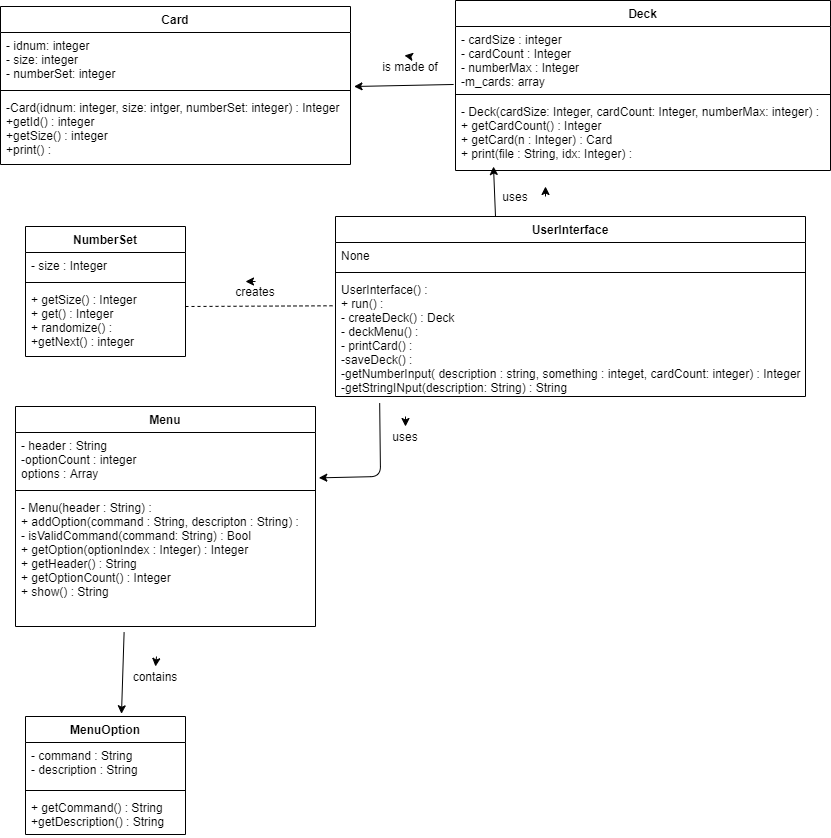
MarcarianS/cs1440-marcarian-shelby-assn3 keeps this draw.io diagram as doc/UML_Class_Diagram.png. Above is the earlier version. Source tidied: cells renumbered, new cells last; positions are measured from the earlier drawing's top-left corner, leaving out a move shared by most shapes. The source it was exported from:
```xml
<mxGraphModel>
  <root>
    <mxCell id="0" />
    <mxCell id="1" parent="0" />
    <mxCell id="2" value="Card" style="swimlane;fontStyle=1;align=center;verticalAlign=top;horizontal=1;startSize=26;" parent="1" vertex="1">
      <mxGeometry y="6" width="350" height="158" as="geometry" />
    </mxCell>
    <mxCell id="3" value="- idnum: integer&#10;- size: integer&#10;- numberSet: integer" style="text;strokeColor=none;fillColor=none;align=left;verticalAlign=top;spacingLeft=4;spacingRight=4;overflow=hidden;points=[[0,0.5],[1,0.5]];portConstraint=eastwest;" parent="2" vertex="1">
      <mxGeometry y="26" width="350" height="54" as="geometry" />
    </mxCell>
    <mxCell id="4" style="line;strokeWidth=1;fillColor=none;align=left;verticalAlign=middle;spacingTop=-1;spacingLeft=3;spacingRight=3;labelPosition=right;" parent="2" vertex="1">
      <mxGeometry y="80" width="350" height="8" as="geometry" />
    </mxCell>
    <mxCell id="5" value="-Card(idnum: integer, size: intger, numberSet: integer) : Integer&#10;+getId() : integer&#10;+getSize() : integer&#10;+print() : " style="text;strokeColor=none;fillColor=none;align=left;verticalAlign=top;spacingLeft=4;spacingRight=4;overflow=hidden;points=[[0,0.5],[1,0.5]];portConstraint=eastwest;" parent="2" vertex="1">
      <mxGeometry y="88" width="350" height="70" as="geometry" />
    </mxCell>
    <mxCell id="6" value="NumberSet" style="swimlane;fontStyle=1;align=center;verticalAlign=top;horizontal=1;startSize=26;" parent="1" vertex="1">
      <mxGeometry x="25" y="226" width="160" height="130" as="geometry" />
    </mxCell>
    <mxCell id="7" value="- size : Integer" style="text;strokeColor=none;fillColor=none;align=left;verticalAlign=top;spacingLeft=4;spacingRight=4;overflow=hidden;" parent="6" vertex="1">
      <mxGeometry y="26" width="160" height="26" as="geometry" />
    </mxCell>
    <mxCell id="8" style="line;strokeWidth=1;fillColor=none;align=left;verticalAlign=middle;spacingTop=-1;spacingLeft=3;spacingRight=3;labelPosition=right;" parent="6" vertex="1">
      <mxGeometry y="52" width="160" height="8" as="geometry" />
    </mxCell>
    <mxCell id="9" value="+ getSize() : Integer&#10;+ get() : Integer&#10;+ randomize() : &#10;+getNext() : integer" style="text;strokeColor=none;fillColor=none;align=left;verticalAlign=top;spacingLeft=4;spacingRight=4;overflow=hidden;" parent="6" vertex="1">
      <mxGeometry y="60" width="160" height="70" as="geometry" />
    </mxCell>
    <mxCell id="10" value="MenuOption" style="swimlane;fontStyle=1;align=center;verticalAlign=top;horizontal=1;startSize=26;" parent="1" vertex="1">
      <mxGeometry x="25" y="716" width="160" height="118" as="geometry" />
    </mxCell>
    <mxCell id="11" value="- command : String&#10;- description : String" style="text;strokeColor=none;fillColor=none;align=left;verticalAlign=top;spacingLeft=4;spacingRight=4;overflow=hidden;" parent="10" vertex="1">
      <mxGeometry y="26" width="160" height="44" as="geometry" />
    </mxCell>
    <mxCell id="12" style="line;strokeWidth=1;fillColor=none;align=left;verticalAlign=middle;spacingTop=-1;spacingLeft=3;spacingRight=3;labelPosition=right;" parent="10" vertex="1">
      <mxGeometry y="70" width="160" height="8" as="geometry" />
    </mxCell>
    <mxCell id="13" value="+ getCommand() : String&#10;+getDescription() : String" style="text;strokeColor=none;fillColor=none;align=left;verticalAlign=top;spacingLeft=4;spacingRight=4;overflow=hidden;" parent="10" vertex="1">
      <mxGeometry y="78" width="160" height="40" as="geometry" />
    </mxCell>
    <mxCell id="14" value="Menu" style="swimlane;fontStyle=1;align=center;verticalAlign=top;horizontal=1;startSize=26;" parent="1" vertex="1">
      <mxGeometry x="15" y="406" width="300" height="220" as="geometry" />
    </mxCell>
    <mxCell id="15" value="- header : String&#10;-optionCount : integer&#10;options : Array" style="text;strokeColor=none;fillColor=none;align=left;verticalAlign=top;spacingLeft=4;spacingRight=4;overflow=hidden;points=[[0,0.5],[1,0.5]];portConstraint=eastwest;" parent="14" vertex="1">
      <mxGeometry y="26" width="300" height="54" as="geometry" />
    </mxCell>
    <mxCell id="16" style="line;strokeWidth=1;fillColor=none;align=left;verticalAlign=middle;spacingTop=-1;spacingLeft=3;spacingRight=3;labelPosition=right;" parent="14" vertex="1">
      <mxGeometry y="80" width="300" height="8" as="geometry" />
    </mxCell>
    <mxCell id="17" value="- Menu(header : String) : &#10;+ addOption(command : String, descripton : String) : &#10;- isValidCommand(command: String) : Bool&#10;+ getOption(optionIndex : Integer) : Integer&#10;+ getHeader() : String&#10;+ getOptionCount() : Integer&#10;+ show() : String" style="text;strokeColor=none;fillColor=none;align=left;verticalAlign=top;spacingLeft=4;spacingRight=4;overflow=hidden;points=[[0,0.5],[1,0.5]];portConstraint=eastwest;" parent="14" vertex="1">
      <mxGeometry y="88" width="300" height="132" as="geometry" />
    </mxCell>
    <mxCell id="18" value="Deck" style="swimlane;fontStyle=1;align=center;verticalAlign=top;horizontal=1;startSize=26;" parent="1" vertex="1">
      <mxGeometry x="455" width="375" height="170" as="geometry" />
    </mxCell>
    <mxCell id="19" style="endArrow=classic;html=1;" parent="18" edge="1">
      <mxGeometry relative="1" as="geometry">
        <mxPoint x="-45" y="56" as="sourcePoint" />
        <mxPoint x="-51" y="55" as="targetPoint" />
      </mxGeometry>
    </mxCell>
    <mxCell id="20" value="- cardSize : integer&#10;- cardCount : Integer&#10;- numberMax : Integer&#10;-m_cards: array" style="text;strokeColor=none;fillColor=none;align=left;verticalAlign=top;spacingLeft=4;spacingRight=4;overflow=hidden;points=[[0,0.5],[1,0.5]];portConstraint=eastwest;" parent="18" vertex="1">
      <mxGeometry y="26" width="375" height="64" as="geometry" />
    </mxCell>
    <mxCell id="21" style="line;strokeWidth=1;fillColor=none;align=left;verticalAlign=middle;spacingTop=-1;spacingLeft=3;spacingRight=3;labelPosition=right;" parent="18" vertex="1">
      <mxGeometry y="90" width="375" height="8" as="geometry" />
    </mxCell>
    <mxCell id="22" value="- Deck(cardSize: Integer, cardCount: Integer, numberMax: integer) : &#10;+ getCardCount() : Integer&#10;+ getCard(n : Integer) : Card&#10;+ print(file : String, idx: Integer) :  " style="text;strokeColor=none;fillColor=none;align=left;verticalAlign=top;spacingLeft=4;spacingRight=4;overflow=hidden;" parent="18" vertex="1">
      <mxGeometry y="98" width="375" height="72" as="geometry" />
    </mxCell>
    <mxCell id="23" value="UserInterface" style="swimlane;fontStyle=1;align=center;verticalAlign=top;horizontal=1;startSize=26;" parent="1" vertex="1">
      <mxGeometry x="335" y="216" width="470" height="180" as="geometry" />
    </mxCell>
    <mxCell id="24" value="None" style="text;strokeColor=none;fillColor=none;align=left;verticalAlign=top;spacingLeft=4;spacingRight=4;overflow=hidden;" parent="23" vertex="1">
      <mxGeometry y="26" width="470" height="26" as="geometry" />
    </mxCell>
    <mxCell id="25" style="line;strokeWidth=1;fillColor=none;align=left;verticalAlign=middle;spacingTop=-1;spacingLeft=3;spacingRight=3;labelPosition=right;" parent="23" vertex="1">
      <mxGeometry y="52" width="470" height="8" as="geometry" />
    </mxCell>
    <mxCell id="26" value="UserInterface() :&#10;+ run() : &#10;- createDeck() : Deck&#10;- deckMenu() : &#10;- printCard() : &#10;-saveDeck() :&#10;-getNumberInput( description : string, something : integet, cardCount: integer) : Integer&#10;-getStringINput(description: String) : String" style="text;strokeColor=none;fillColor=none;align=left;verticalAlign=top;spacingLeft=4;spacingRight=4;overflow=hidden;points=[[0,0.5],[1,0.5]];portConstraint=eastwest;" parent="23" vertex="1">
      <mxGeometry y="60" width="470" height="120" as="geometry" />
    </mxCell>
    <mxCell id="27" style="endArrow=classic;html=1;entryX=1.01;entryY=1;entryDx=0;entryDy=0;entryPerimeter=0;exitX=-0.005;exitY=0.906;exitDx=0;exitDy=0;exitPerimeter=0;" parent="1" edge="1" source="20" target="3">
      <mxGeometry relative="1" as="geometry" />
    </mxCell>
    <mxCell id="28" value="is made of" style="text;html=1;strokeColor=none;fillColor=none;align=center;verticalAlign=middle;whiteSpace=wrap;rounded=0;" parent="1" vertex="1">
      <mxGeometry x="370" y="56" width="80" height="20" as="geometry" />
    </mxCell>
    <mxCell id="29" style="endArrow=classic;html=1;" parent="1" edge="1">
      <mxGeometry relative="1" as="geometry">
        <mxPoint x="495" y="216" as="sourcePoint" />
        <mxPoint x="493" y="166" as="targetPoint" />
      </mxGeometry>
    </mxCell>
    <mxCell id="30" style="endArrow=classic;html=1;entryX=0.5;entryY=0;entryDx=0;entryDy=0;" parent="1" edge="1" target="37">
      <mxGeometry relative="1" as="geometry">
        <mxPoint x="156" y="656" as="sourcePoint" />
      </mxGeometry>
    </mxCell>
    <mxCell id="31" style="endArrow=classic;html=1;entryX=1.011;entryY=0.84;entryDx=0;entryDy=0;entryPerimeter=0;exitX=0.094;exitY=1.056;exitDx=0;exitDy=0;exitPerimeter=0;" parent="1" edge="1" source="26" target="15">
      <mxGeometry relative="1" as="geometry">
        <Array as="points">
          <mxPoint x="380" y="476" />
        </Array>
      </mxGeometry>
    </mxCell>
    <mxCell id="32" value="uses" style="text;html=1;strokeColor=none;fillColor=none;align=center;verticalAlign=middle;whiteSpace=wrap;rounded=0;" parent="1" vertex="1">
      <mxGeometry x="495" y="186" width="40" height="20" as="geometry" />
    </mxCell>
    <mxCell id="33" value="uses" style="text;html=1;strokeColor=none;fillColor=none;align=center;verticalAlign=middle;whiteSpace=wrap;rounded=0;" parent="1" vertex="1">
      <mxGeometry x="385" y="426" width="40" height="20" as="geometry" />
    </mxCell>
    <mxCell id="34" style="endArrow=none;dashed=1;html=1;entryX=-0.001;entryY=0.244;entryDx=0;entryDy=0;entryPerimeter=0;" parent="1" edge="1" target="26">
      <mxGeometry relative="1" as="geometry">
        <mxPoint x="185" y="306" as="sourcePoint" />
      </mxGeometry>
    </mxCell>
    <mxCell id="35" value="creates" style="text;html=1;strokeColor=none;fillColor=none;align=center;verticalAlign=middle;whiteSpace=wrap;rounded=0;" parent="1" vertex="1">
      <mxGeometry x="235" y="281" width="40" height="20" as="geometry" />
    </mxCell>
    <mxCell id="36" style="endArrow=classic;html=1;" parent="1" edge="1">
      <mxGeometry relative="1" as="geometry">
        <mxPoint x="405" y="416" as="sourcePoint" />
        <mxPoint x="405" y="426" as="targetPoint" />
      </mxGeometry>
    </mxCell>
    <mxCell id="37" value="contains" style="text;html=1;strokeColor=none;fillColor=none;align=center;verticalAlign=middle;whiteSpace=wrap;rounded=0;" parent="1" vertex="1">
      <mxGeometry x="135" y="666" width="40" height="20" as="geometry" />
    </mxCell>
    <mxCell id="38" style="endArrow=classic;html=1;entryX=0.25;entryY=0;entryDx=0;entryDy=0;" parent="1" edge="1" target="35">
      <mxGeometry relative="1" as="geometry">
        <mxPoint x="255" y="281" as="sourcePoint" />
      </mxGeometry>
    </mxCell>
    <mxCell id="39" style="endArrow=classic;html=1;" parent="1" edge="1">
      <mxGeometry relative="1" as="geometry">
        <mxPoint x="545" y="196" as="sourcePoint" />
        <mxPoint x="545" y="186" as="targetPoint" />
      </mxGeometry>
    </mxCell>
    <mxCell id="40" style="endArrow=classic;html=1;entryX=0.6;entryY=-0.023;entryDx=0;entryDy=0;entryPerimeter=0;exitX=0.362;exitY=1.045;exitDx=0;exitDy=0;exitPerimeter=0;" parent="1" edge="1" source="17" target="10">
      <mxGeometry relative="1" as="geometry" />
    </mxCell>
  </root>
</mxGraphModel>
```
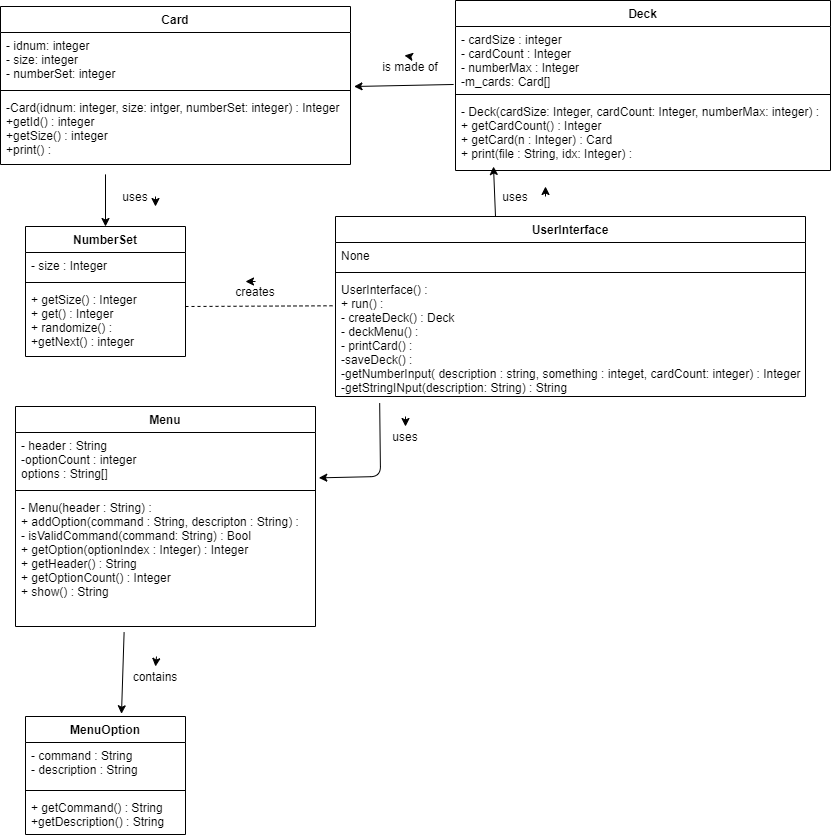
The same file after the commit.

Commit message:
Took review criticism into account on UML

Diff of the diagram source:
```diff
@@ -14,6 +14,11 @@
     <mxCell id="5" value="-Card(idnum: integer, size: intger, numberSet: integer) : Integer&#10;+getId() : integer&#10;+getSize() : integer&#10;+print() : " style="text;strokeColor=none;fillColor=none;align=left;verticalAlign=top;spacingLeft=4;spacingRight=4;overflow=hidden;points=[[0,0.5],[1,0.5]];portConstraint=eastwest;" parent="2" vertex="1">
       <mxGeometry y="88" width="350" height="70" as="geometry" />
     </mxCell>
+    <mxCell id="41" style="endArrow=classic;html=1;entryX=1;entryY=1;entryDx=0;entryDy=0;" parent="2" edge="1" target="43">
+      <mxGeometry relative="1" as="geometry">
+        <mxPoint x="155" y="190" as="sourcePoint" />
+      </mxGeometry>
+    </mxCell>
     <mxCell id="6" value="NumberSet" style="swimlane;fontStyle=1;align=center;verticalAlign=top;horizontal=1;startSize=26;" parent="1" vertex="1">
       <mxGeometry x="25" y="226" width="160" height="130" as="geometry" />
     </mxCell>
@@ -41,7 +46,7 @@
     <mxCell id="14" value="Menu" style="swimlane;fontStyle=1;align=center;verticalAlign=top;horizontal=1;startSize=26;" parent="1" vertex="1">
       <mxGeometry x="15" y="406" width="300" height="220" as="geometry" />
     </mxCell>
-    <mxCell id="15" value="- header : String&#10;-optionCount : integer&#10;options : Array" style="text;strokeColor=none;fillColor=none;align=left;verticalAlign=top;spacingLeft=4;spacingRight=4;overflow=hidden;points=[[0,0.5],[1,0.5]];portConstraint=eastwest;" parent="14" vertex="1">
+    <mxCell id="15" value="- header : String&#10;-optionCount : integer&#10;options : String[]" style="text;strokeColor=none;fillColor=none;align=left;verticalAlign=top;spacingLeft=4;spacingRight=4;overflow=hidden;points=[[0,0.5],[1,0.5]];portConstraint=eastwest;" parent="14" vertex="1">
       <mxGeometry y="26" width="300" height="54" as="geometry" />
     </mxCell>
     <mxCell id="16" style="line;strokeWidth=1;fillColor=none;align=left;verticalAlign=middle;spacingTop=-1;spacingLeft=3;spacingRight=3;labelPosition=right;" parent="14" vertex="1">
@@ -59,7 +64,7 @@
         <mxPoint x="-51" y="55" as="targetPoint" />
       </mxGeometry>
     </mxCell>
-    <mxCell id="20" value="- cardSize : integer&#10;- cardCount : Integer&#10;- numberMax : Integer&#10;-m_cards: array" style="text;strokeColor=none;fillColor=none;align=left;verticalAlign=top;spacingLeft=4;spacingRight=4;overflow=hidden;points=[[0,0.5],[1,0.5]];portConstraint=eastwest;" parent="18" vertex="1">
+    <mxCell id="20" value="- cardSize : integer&#10;- cardCount : Integer&#10;- numberMax : Integer&#10;-m_cards: Card[]" style="text;strokeColor=none;fillColor=none;align=left;verticalAlign=top;spacingLeft=4;spacingRight=4;overflow=hidden;points=[[0,0.5],[1,0.5]];portConstraint=eastwest;" parent="18" vertex="1">
       <mxGeometry y="26" width="375" height="64" as="geometry" />
     </mxCell>
     <mxCell id="21" style="line;strokeWidth=1;fillColor=none;align=left;verticalAlign=middle;spacingTop=-1;spacingLeft=3;spacingRight=3;labelPosition=right;" parent="18" vertex="1">
@@ -141,5 +146,13 @@
     <mxCell id="40" style="endArrow=classic;html=1;entryX=0.6;entryY=-0.023;entryDx=0;entryDy=0;entryPerimeter=0;exitX=0.362;exitY=1.045;exitDx=0;exitDy=0;exitPerimeter=0;" parent="1" edge="1" source="17" target="10">
       <mxGeometry relative="1" as="geometry" />
     </mxCell>
+    <mxCell id="42" style="endArrow=classic;html=1;exitX=0.3;exitY=1.141;exitDx=0;exitDy=0;exitPerimeter=0;" parent="1" edge="1" source="5">
+      <mxGeometry relative="1" as="geometry">
+        <mxPoint x="105" y="226" as="targetPoint" />
+      </mxGeometry>
+    </mxCell>
+    <mxCell id="43" value="uses" style="text;html=1;strokeColor=none;fillColor=none;align=center;verticalAlign=middle;whiteSpace=wrap;rounded=0;" parent="1" vertex="1">
+      <mxGeometry x="115" y="186" width="40" height="20" as="geometry" />
+    </mxCell>
   </root>
 </mxGraphModel>
```
